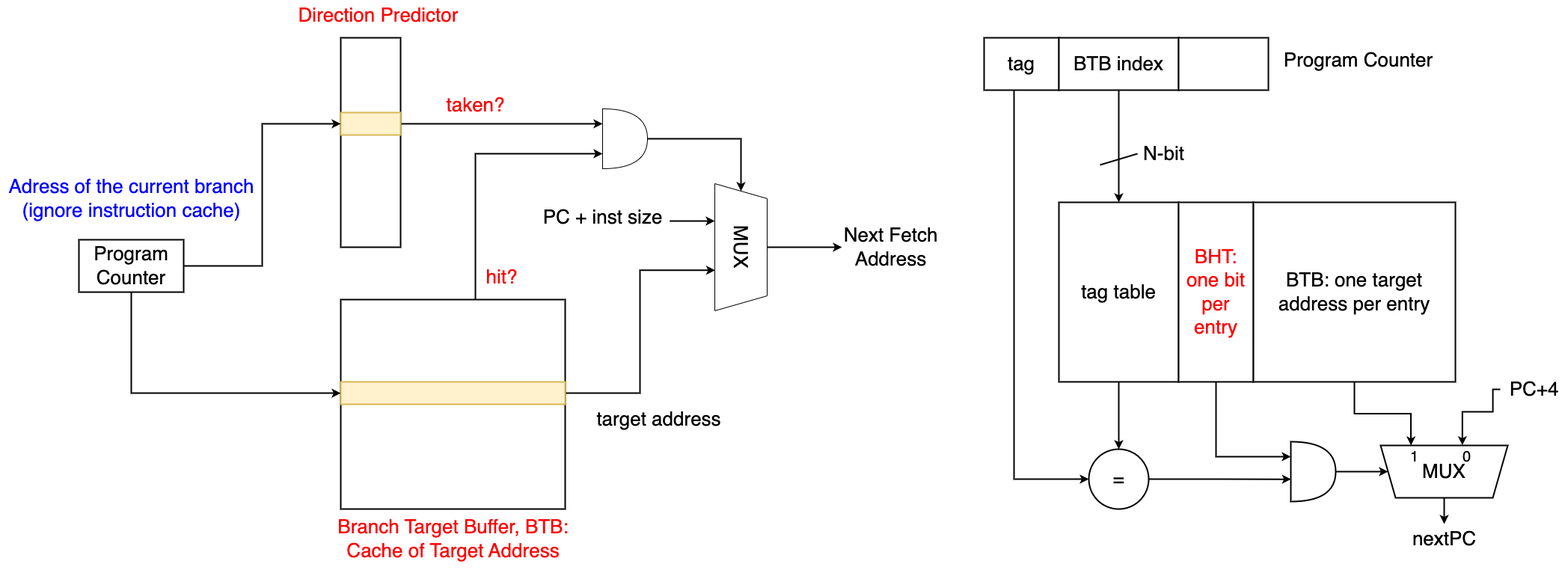
superwjfeng/MarkdownWriting keeps this draw.io diagram as CS/计算机体系结构/计算机体系结构/LastTimePredictor.drawio.png. Above is the earlier version. Source tidied: cells renumbered, new cells last; positions are measured from the earlier drawing's top-left corner, leaving out a move shared by most shapes. Source of this version:
```xml
<mxGraphModel background="#ffffff">
  <root>
    <mxCell id="0" />
    <mxCell id="1" parent="0" />
    <mxCell id="2" style="rounded=0;whiteSpace=wrap;html=1;strokeWidth=2;" parent="1" vertex="1">
      <mxGeometry x="455" y="50" width="80" height="280" as="geometry" />
    </mxCell>
    <mxCell id="3" style="edgeStyle=orthogonalEdgeStyle;rounded=0;jettySize=auto;html=1;entryX=0;entryY=0.25;entryDx=0;entryDy=0;entryPerimeter=0;strokeWidth=2;" parent="1" edge="1" source="4" target="13">
      <mxGeometry relative="1" as="geometry" />
    </mxCell>
    <mxCell id="4" style="rounded=0;whiteSpace=wrap;html=1;fillColor=#fff2cc;strokeColor=#d6b656;strokeWidth=2;" parent="1" vertex="1">
      <mxGeometry x="455" y="150" width="80" height="30" as="geometry" />
    </mxCell>
    <mxCell id="5" style="edgeStyle=orthogonalEdgeStyle;rounded=0;jettySize=auto;html=1;entryX=0;entryY=0.75;entryDx=0;entryDy=0;entryPerimeter=0;strokeWidth=2;" parent="1" edge="1" source="6" target="13">
      <mxGeometry relative="1" as="geometry">
        <Array as="points">
          <mxPoint x="635" y="205" />
        </Array>
      </mxGeometry>
    </mxCell>
    <mxCell id="6" style="rounded=0;whiteSpace=wrap;html=1;strokeWidth=2;" parent="1" vertex="1">
      <mxGeometry x="455" y="400" width="300" height="280" as="geometry" />
    </mxCell>
    <mxCell id="7" style="edgeStyle=orthogonalEdgeStyle;rounded=0;jettySize=auto;html=1;entryX=0.681;entryY=0.993;entryDx=0;entryDy=0;entryPerimeter=0;strokeWidth=2;" parent="1" edge="1" source="8" target="15">
      <mxGeometry relative="1" as="geometry" />
    </mxCell>
    <mxCell id="8" style="rounded=0;whiteSpace=wrap;html=1;fillColor=#fff2cc;strokeColor=#d6b656;strokeWidth=2;" parent="1" vertex="1">
      <mxGeometry x="455" y="510" width="300" height="30" as="geometry" />
    </mxCell>
    <mxCell id="9" style="edgeStyle=orthogonalEdgeStyle;rounded=0;jettySize=auto;html=1;entryX=0;entryY=0.5;entryDx=0;entryDy=0;strokeWidth=2;exitX=1;exitY=0.5;exitDx=0;exitDy=0;" parent="1" edge="1" source="11" target="4">
      <mxGeometry relative="1" as="geometry" />
    </mxCell>
    <mxCell id="10" style="edgeStyle=orthogonalEdgeStyle;rounded=0;jettySize=auto;html=1;strokeWidth=2;" parent="1" edge="1" source="11" target="8">
      <mxGeometry relative="1" as="geometry">
        <Array as="points">
          <mxPoint x="175" y="525" />
        </Array>
      </mxGeometry>
    </mxCell>
    <mxCell id="11" value="&lt;font style=&quot;font-size: 26px;&quot;&gt;Program&lt;br&gt;Counter&lt;/font&gt;" style="rounded=0;whiteSpace=wrap;html=1;strokeWidth=2;" parent="1" vertex="1">
      <mxGeometry x="105" y="320" width="140" height="70" as="geometry" />
    </mxCell>
    <mxCell id="12" style="edgeStyle=orthogonalEdgeStyle;rounded=0;jettySize=auto;html=1;entryX=0;entryY=0.5;entryDx=0;entryDy=0;strokeWidth=2;" parent="1" edge="1" source="13" target="15">
      <mxGeometry relative="1" as="geometry" />
    </mxCell>
    <mxCell id="13" style="shape=or;whiteSpace=wrap;html=1;" parent="1" vertex="1">
      <mxGeometry x="805" y="145" width="60" height="80" as="geometry" />
    </mxCell>
    <mxCell id="14" style="edgeStyle=orthogonalEdgeStyle;rounded=0;jettySize=auto;html=1;strokeWidth=2;" parent="1" edge="1" source="15">
      <mxGeometry relative="1" as="geometry">
        <mxPoint x="1125" y="330" as="targetPoint" />
      </mxGeometry>
    </mxCell>
    <mxCell id="15" value="&lt;font style=&quot;font-size: 26px;&quot;&gt;MUX&lt;/font&gt;" style="shape=trapezoid;perimeter=trapezoidPerimeter;whiteSpace=wrap;html=1;fixedSize=1;rotation=90;" parent="1" vertex="1">
      <mxGeometry x="905" y="295" width="170" height="70" as="geometry" />
    </mxCell>
    <mxCell id="16" style="endArrow=classic;html=1;rounded=0;strokeWidth=2;entryX=0.3;entryY=1;entryDx=0;entryDy=0;entryPerimeter=0;" parent="1" edge="1">
      <mxGeometry relative="1" as="geometry">
        <mxPoint x="895" y="295" as="sourcePoint" />
        <mxPoint x="955" y="295" as="targetPoint" />
      </mxGeometry>
    </mxCell>
    <mxCell id="17" value="&lt;font style=&quot;font-size: 26px;&quot;&gt;PC + inst size&lt;/font&gt;" style="text;html=1;align=center;verticalAlign=middle;strokeColor=none;fillColor=none;" parent="1" vertex="1">
      <mxGeometry x="715" y="270" width="180" height="40" as="geometry" />
    </mxCell>
    <mxCell id="18" value="&lt;font style=&quot;font-size: 26px;&quot;&gt;Next Fetch &lt;br&gt;Address&lt;/font&gt;" style="text;html=1;align=center;verticalAlign=middle;strokeColor=none;fillColor=none;" parent="1" vertex="1">
      <mxGeometry x="1115" y="290" width="150" height="80" as="geometry" />
    </mxCell>
    <mxCell id="19" value="&lt;font color=&quot;#0000ff&quot;&gt;&lt;span style=&quot;font-size: 26px;&quot;&gt;Adress of the current branch&lt;br&gt;(ignore instruction cache)&lt;/span&gt;&lt;/font&gt;" style="text;html=1;align=center;verticalAlign=middle;strokeColor=none;fillColor=none;" parent="1" vertex="1">
      <mxGeometry y="225" width="350" height="80" as="geometry" />
    </mxCell>
    <mxCell id="20" value="&lt;font color=&quot;#ff0000&quot; style=&quot;font-size: 26px;&quot;&gt;taken?&lt;/font&gt;" style="text;html=1;align=center;verticalAlign=middle;strokeColor=none;fillColor=none;" parent="1" vertex="1">
      <mxGeometry x="585" y="120" width="100" height="40" as="geometry" />
    </mxCell>
    <mxCell id="21" value="&lt;font color=&quot;#ff0000&quot; style=&quot;font-size: 26px;&quot;&gt;hit?&lt;/font&gt;" style="text;html=1;align=center;verticalAlign=middle;strokeColor=none;fillColor=none;" parent="1" vertex="1">
      <mxGeometry x="635" y="350" width="70" height="40" as="geometry" />
    </mxCell>
    <mxCell id="22" value="&lt;font style=&quot;font-size: 26px;&quot;&gt;target address&lt;/font&gt;" style="text;html=1;align=center;verticalAlign=middle;strokeColor=none;fillColor=none;" parent="1" vertex="1">
      <mxGeometry x="785" y="540" width="190" height="40" as="geometry" />
    </mxCell>
    <mxCell id="23" value="&lt;font color=&quot;#ff0000&quot; style=&quot;font-size: 26px;&quot;&gt;Direction Predictor&lt;/font&gt;" style="text;html=1;align=center;verticalAlign=middle;strokeColor=none;fillColor=none;" parent="1" vertex="1">
      <mxGeometry x="385" width="240" height="40" as="geometry" />
    </mxCell>
    <mxCell id="24" value="&lt;font color=&quot;#ff0000&quot; style=&quot;font-size: 26px;&quot;&gt;&lt;font style=&quot;font-size: 26px;&quot;&gt;Branch Target Buffer, BTB:&lt;br&gt;&lt;/font&gt;Cache of Target Address&lt;/font&gt;&lt;font color=&quot;#ff0000&quot; style=&quot;font-size: 26px;&quot;&gt;&lt;br&gt;&lt;/font&gt;" style="text;html=1;align=center;verticalAlign=middle;strokeColor=none;fillColor=none;" parent="1" vertex="1">
      <mxGeometry x="440" y="680" width="330" height="80" as="geometry" />
    </mxCell>
    <mxCell id="25" style="edgeStyle=orthogonalEdgeStyle;rounded=0;jettySize=auto;html=1;entryX=0;entryY=0.5;entryDx=0;entryDy=0;strokeWidth=2;" parent="1" edge="1" source="26" target="38">
      <mxGeometry relative="1" as="geometry">
        <Array as="points">
          <mxPoint x="1355" y="640" />
        </Array>
      </mxGeometry>
    </mxCell>
    <mxCell id="26" value="&lt;span style=&quot;font-size: 26px;&quot;&gt;tag&lt;/span&gt;" style="rounded=0;whiteSpace=wrap;html=1;strokeWidth=2;" parent="1" vertex="1">
      <mxGeometry x="1315" y="50" width="100" height="70" as="geometry" />
    </mxCell>
    <mxCell id="27" value="&lt;font style=&quot;font-size: 26px;&quot;&gt;Program Counter&lt;/font&gt;" style="text;html=1;align=center;verticalAlign=middle;strokeColor=none;fillColor=none;" parent="1" vertex="1">
      <mxGeometry x="1705" y="60" width="220" height="40" as="geometry" />
    </mxCell>
    <mxCell id="28" style="edgeStyle=orthogonalEdgeStyle;rounded=0;jettySize=auto;html=1;strokeWidth=2;" parent="1" edge="1" source="29" target="32">
      <mxGeometry relative="1" as="geometry" />
    </mxCell>
    <mxCell id="29" value="&lt;span style=&quot;font-size: 26px;&quot;&gt;BTB index&lt;/span&gt;" style="rounded=0;whiteSpace=wrap;html=1;strokeWidth=2;" parent="1" vertex="1">
      <mxGeometry x="1415" y="50" width="160" height="70" as="geometry" />
    </mxCell>
    <mxCell id="30" style="rounded=0;whiteSpace=wrap;html=1;strokeWidth=2;" parent="1" vertex="1">
      <mxGeometry x="1575" y="50" width="120" height="70" as="geometry" />
    </mxCell>
    <mxCell id="31" style="edgeStyle=orthogonalEdgeStyle;rounded=0;jettySize=auto;html=1;strokeWidth=2;" parent="1" edge="1" source="32" target="38">
      <mxGeometry relative="1" as="geometry" />
    </mxCell>
    <mxCell id="32" value="&lt;span style=&quot;font-size: 26px;&quot;&gt;tag table&lt;/span&gt;" style="rounded=0;whiteSpace=wrap;html=1;strokeWidth=2;" parent="1" vertex="1">
      <mxGeometry x="1415" y="270" width="160" height="240" as="geometry" />
    </mxCell>
    <mxCell id="33" style="edgeStyle=orthogonalEdgeStyle;rounded=0;jettySize=auto;html=1;entryX=0;entryY=0.25;entryDx=0;entryDy=0;entryPerimeter=0;strokeWidth=2;" parent="1" edge="1" source="34" target="42">
      <mxGeometry relative="1" as="geometry">
        <Array as="points">
          <mxPoint x="1625" y="610" />
        </Array>
      </mxGeometry>
    </mxCell>
    <mxCell id="34" value="&lt;span style=&quot;font-size: 26px;&quot;&gt;&lt;font color=&quot;#ff0000&quot;&gt;BHT: one bit per entry&lt;/font&gt;&lt;/span&gt;" style="rounded=0;whiteSpace=wrap;html=1;strokeWidth=2;" parent="1" vertex="1">
      <mxGeometry x="1575" y="270" width="100" height="240" as="geometry" />
    </mxCell>
    <mxCell id="35" style="edgeStyle=orthogonalEdgeStyle;rounded=0;jettySize=auto;html=1;entryX=0.239;entryY=1;entryDx=0;entryDy=0;entryPerimeter=0;strokeWidth=2;" parent="1" edge="1" source="36" target="44">
      <mxGeometry relative="1" as="geometry" />
    </mxCell>
    <mxCell id="36" value="&lt;span style=&quot;font-size: 26px;&quot;&gt;BTB: one target address per entry&lt;/span&gt;" style="rounded=0;whiteSpace=wrap;html=1;strokeWidth=2;" parent="1" vertex="1">
      <mxGeometry x="1675" y="270" width="270" height="240" as="geometry" />
    </mxCell>
    <mxCell id="37" style="edgeStyle=orthogonalEdgeStyle;rounded=0;jettySize=auto;html=1;entryX=0.005;entryY=0.627;entryDx=0;entryDy=0;entryPerimeter=0;strokeWidth=2;" parent="1" edge="1" source="38" target="42">
      <mxGeometry relative="1" as="geometry" />
    </mxCell>
    <mxCell id="38" value="&lt;font style=&quot;font-size: 26px;&quot;&gt;=&lt;/font&gt;" style="ellipse;whiteSpace=wrap;html=1;strokeWidth=2;" parent="1" vertex="1">
      <mxGeometry x="1455" y="600" width="80" height="80" as="geometry" />
    </mxCell>
    <mxCell id="39" value="&lt;font style=&quot;font-size: 26px;&quot;&gt;N-bit&lt;/font&gt;" style="text;html=1;align=center;verticalAlign=middle;strokeColor=none;fillColor=none;" parent="1" vertex="1">
      <mxGeometry x="1515" y="185" width="80" height="40" as="geometry" />
    </mxCell>
    <mxCell id="40" style="endArrow=none;html=1;rounded=0;strokeWidth=2;" parent="1" edge="1">
      <mxGeometry relative="1" as="geometry">
        <mxPoint x="1470" y="220" as="sourcePoint" />
        <mxPoint x="1520" y="205" as="targetPoint" />
      </mxGeometry>
    </mxCell>
    <mxCell id="41" style="edgeStyle=orthogonalEdgeStyle;rounded=0;jettySize=auto;html=1;strokeWidth=2;" parent="1" edge="1" source="42" target="44">
      <mxGeometry relative="1" as="geometry" />
    </mxCell>
    <mxCell id="42" style="shape=or;whiteSpace=wrap;html=1;strokeWidth=2;" parent="1" vertex="1">
      <mxGeometry x="1725" y="590" width="60" height="80" as="geometry" />
    </mxCell>
    <mxCell id="43" style="edgeStyle=orthogonalEdgeStyle;rounded=0;jettySize=auto;html=1;strokeWidth=2;" parent="1" edge="1" source="44" target="49">
      <mxGeometry relative="1" as="geometry" />
    </mxCell>
    <mxCell id="44" value="&lt;font style=&quot;font-size: 26px;&quot;&gt;MUX&lt;/font&gt;" style="shape=trapezoid;perimeter=trapezoidPerimeter;whiteSpace=wrap;html=1;fixedSize=1;rotation=0;flipV=1;strokeWidth=2;" parent="1" vertex="1">
      <mxGeometry x="1845" y="595" width="170" height="70" as="geometry" />
    </mxCell>
    <mxCell id="45" value="&lt;font style=&quot;font-size: 20px;&quot;&gt;1&lt;/font&gt;" style="text;html=1;align=center;verticalAlign=middle;strokeColor=none;fillColor=none;" parent="1" vertex="1">
      <mxGeometry x="1875" y="590" width="30" height="40" as="geometry" />
    </mxCell>
    <mxCell id="46" value="&lt;font style=&quot;font-size: 20px;&quot;&gt;0&lt;/font&gt;" style="text;html=1;align=center;verticalAlign=middle;strokeColor=none;fillColor=none;" parent="1" vertex="1">
      <mxGeometry x="1945" y="590" width="30" height="40" as="geometry" />
    </mxCell>
    <mxCell id="47" style="edgeStyle=orthogonalEdgeStyle;rounded=0;jettySize=auto;html=1;entryX=0.643;entryY=1.004;entryDx=0;entryDy=0;entryPerimeter=0;strokeWidth=2;" parent="1" edge="1" source="48" target="44">
      <mxGeometry relative="1" as="geometry">
        <Array as="points">
          <mxPoint x="1995" y="520" />
          <mxPoint x="1995" y="550" />
          <mxPoint x="1954" y="550" />
        </Array>
      </mxGeometry>
    </mxCell>
    <mxCell id="48" value="&lt;font style=&quot;font-size: 26px;&quot;&gt;PC+4&lt;/font&gt;" style="text;html=1;align=center;verticalAlign=middle;points=[];strokeColor=none;fillColor=none;" parent="1" vertex="1">
      <mxGeometry x="2005" y="500" width="90" height="40" as="geometry" />
    </mxCell>
    <mxCell id="49" value="&lt;font style=&quot;font-size: 26px;&quot;&gt;nextPC&lt;/font&gt;" style="text;html=1;align=center;verticalAlign=middle;points=[];strokeColor=none;fillColor=none;" parent="1" vertex="1">
      <mxGeometry x="1875" y="700" width="110" height="40" as="geometry" />
    </mxCell>
  </root>
</mxGraphModel>
```
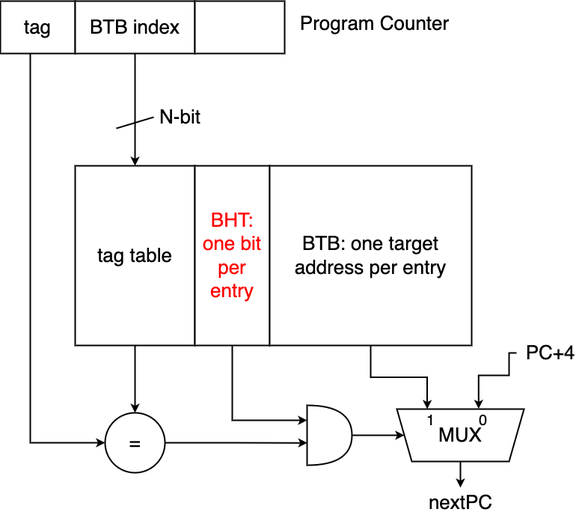
Later version of the same file.

Change to the diagram source:
```diff
@@ -2,88 +2,6 @@
   <root>
     <mxCell id="0" />
     <mxCell id="1" parent="0" />
-    <mxCell id="2" style="rounded=0;whiteSpace=wrap;html=1;strokeWidth=2;" parent="1" vertex="1">
-      <mxGeometry x="455" y="50" width="80" height="280" as="geometry" />
-    </mxCell>
-    <mxCell id="3" style="edgeStyle=orthogonalEdgeStyle;rounded=0;jettySize=auto;html=1;entryX=0;entryY=0.25;entryDx=0;entryDy=0;entryPerimeter=0;strokeWidth=2;" parent="1" edge="1" source="4" target="13">
-      <mxGeometry relative="1" as="geometry" />
-    </mxCell>
-    <mxCell id="4" style="rounded=0;whiteSpace=wrap;html=1;fillColor=#fff2cc;strokeColor=#d6b656;strokeWidth=2;" parent="1" vertex="1">
-      <mxGeometry x="455" y="150" width="80" height="30" as="geometry" />
-    </mxCell>
-    <mxCell id="5" style="edgeStyle=orthogonalEdgeStyle;rounded=0;jettySize=auto;html=1;entryX=0;entryY=0.75;entryDx=0;entryDy=0;entryPerimeter=0;strokeWidth=2;" parent="1" edge="1" source="6" target="13">
-      <mxGeometry relative="1" as="geometry">
-        <Array as="points">
-          <mxPoint x="635" y="205" />
-        </Array>
-      </mxGeometry>
-    </mxCell>
-    <mxCell id="6" style="rounded=0;whiteSpace=wrap;html=1;strokeWidth=2;" parent="1" vertex="1">
-      <mxGeometry x="455" y="400" width="300" height="280" as="geometry" />
-    </mxCell>
-    <mxCell id="7" style="edgeStyle=orthogonalEdgeStyle;rounded=0;jettySize=auto;html=1;entryX=0.681;entryY=0.993;entryDx=0;entryDy=0;entryPerimeter=0;strokeWidth=2;" parent="1" edge="1" source="8" target="15">
-      <mxGeometry relative="1" as="geometry" />
-    </mxCell>
-    <mxCell id="8" style="rounded=0;whiteSpace=wrap;html=1;fillColor=#fff2cc;strokeColor=#d6b656;strokeWidth=2;" parent="1" vertex="1">
-      <mxGeometry x="455" y="510" width="300" height="30" as="geometry" />
-    </mxCell>
-    <mxCell id="9" style="edgeStyle=orthogonalEdgeStyle;rounded=0;jettySize=auto;html=1;entryX=0;entryY=0.5;entryDx=0;entryDy=0;strokeWidth=2;exitX=1;exitY=0.5;exitDx=0;exitDy=0;" parent="1" edge="1" source="11" target="4">
-      <mxGeometry relative="1" as="geometry" />
-    </mxCell>
-    <mxCell id="10" style="edgeStyle=orthogonalEdgeStyle;rounded=0;jettySize=auto;html=1;strokeWidth=2;" parent="1" edge="1" source="11" target="8">
-      <mxGeometry relative="1" as="geometry">
-        <Array as="points">
-          <mxPoint x="175" y="525" />
-        </Array>
-      </mxGeometry>
-    </mxCell>
-    <mxCell id="11" value="&lt;font style=&quot;font-size: 26px;&quot;&gt;Program&lt;br&gt;Counter&lt;/font&gt;" style="rounded=0;whiteSpace=wrap;html=1;strokeWidth=2;" parent="1" vertex="1">
-      <mxGeometry x="105" y="320" width="140" height="70" as="geometry" />
-    </mxCell>
-    <mxCell id="12" style="edgeStyle=orthogonalEdgeStyle;rounded=0;jettySize=auto;html=1;entryX=0;entryY=0.5;entryDx=0;entryDy=0;strokeWidth=2;" parent="1" edge="1" source="13" target="15">
-      <mxGeometry relative="1" as="geometry" />
-    </mxCell>
-    <mxCell id="13" style="shape=or;whiteSpace=wrap;html=1;" parent="1" vertex="1">
-      <mxGeometry x="805" y="145" width="60" height="80" as="geometry" />
-    </mxCell>
-    <mxCell id="14" style="edgeStyle=orthogonalEdgeStyle;rounded=0;jettySize=auto;html=1;strokeWidth=2;" parent="1" edge="1" source="15">
-      <mxGeometry relative="1" as="geometry">
-        <mxPoint x="1125" y="330" as="targetPoint" />
-      </mxGeometry>
-    </mxCell>
-    <mxCell id="15" value="&lt;font style=&quot;font-size: 26px;&quot;&gt;MUX&lt;/font&gt;" style="shape=trapezoid;perimeter=trapezoidPerimeter;whiteSpace=wrap;html=1;fixedSize=1;rotation=90;" parent="1" vertex="1">
-      <mxGeometry x="905" y="295" width="170" height="70" as="geometry" />
-    </mxCell>
-    <mxCell id="16" style="endArrow=classic;html=1;rounded=0;strokeWidth=2;entryX=0.3;entryY=1;entryDx=0;entryDy=0;entryPerimeter=0;" parent="1" edge="1">
-      <mxGeometry relative="1" as="geometry">
-        <mxPoint x="895" y="295" as="sourcePoint" />
-        <mxPoint x="955" y="295" as="targetPoint" />
-      </mxGeometry>
-    </mxCell>
-    <mxCell id="17" value="&lt;font style=&quot;font-size: 26px;&quot;&gt;PC + inst size&lt;/font&gt;" style="text;html=1;align=center;verticalAlign=middle;strokeColor=none;fillColor=none;" parent="1" vertex="1">
-      <mxGeometry x="715" y="270" width="180" height="40" as="geometry" />
-    </mxCell>
-    <mxCell id="18" value="&lt;font style=&quot;font-size: 26px;&quot;&gt;Next Fetch &lt;br&gt;Address&lt;/font&gt;" style="text;html=1;align=center;verticalAlign=middle;strokeColor=none;fillColor=none;" parent="1" vertex="1">
-      <mxGeometry x="1115" y="290" width="150" height="80" as="geometry" />
-    </mxCell>
-    <mxCell id="19" value="&lt;font color=&quot;#0000ff&quot;&gt;&lt;span style=&quot;font-size: 26px;&quot;&gt;Adress of the current branch&lt;br&gt;(ignore instruction cache)&lt;/span&gt;&lt;/font&gt;" style="text;html=1;align=center;verticalAlign=middle;strokeColor=none;fillColor=none;" parent="1" vertex="1">
-      <mxGeometry y="225" width="350" height="80" as="geometry" />
-    </mxCell>
-    <mxCell id="20" value="&lt;font color=&quot;#ff0000&quot; style=&quot;font-size: 26px;&quot;&gt;taken?&lt;/font&gt;" style="text;html=1;align=center;verticalAlign=middle;strokeColor=none;fillColor=none;" parent="1" vertex="1">
-      <mxGeometry x="585" y="120" width="100" height="40" as="geometry" />
-    </mxCell>
-    <mxCell id="21" value="&lt;font color=&quot;#ff0000&quot; style=&quot;font-size: 26px;&quot;&gt;hit?&lt;/font&gt;" style="text;html=1;align=center;verticalAlign=middle;strokeColor=none;fillColor=none;" parent="1" vertex="1">
-      <mxGeometry x="635" y="350" width="70" height="40" as="geometry" />
-    </mxCell>
-    <mxCell id="22" value="&lt;font style=&quot;font-size: 26px;&quot;&gt;target address&lt;/font&gt;" style="text;html=1;align=center;verticalAlign=middle;strokeColor=none;fillColor=none;" parent="1" vertex="1">
-      <mxGeometry x="785" y="540" width="190" height="40" as="geometry" />
-    </mxCell>
-    <mxCell id="23" value="&lt;font color=&quot;#ff0000&quot; style=&quot;font-size: 26px;&quot;&gt;Direction Predictor&lt;/font&gt;" style="text;html=1;align=center;verticalAlign=middle;strokeColor=none;fillColor=none;" parent="1" vertex="1">
-      <mxGeometry x="385" width="240" height="40" as="geometry" />
-    </mxCell>
-    <mxCell id="24" value="&lt;font color=&quot;#ff0000&quot; style=&quot;font-size: 26px;&quot;&gt;&lt;font style=&quot;font-size: 26px;&quot;&gt;Branch Target Buffer, BTB:&lt;br&gt;&lt;/font&gt;Cache of Target Address&lt;/font&gt;&lt;font color=&quot;#ff0000&quot; style=&quot;font-size: 26px;&quot;&gt;&lt;br&gt;&lt;/font&gt;" style="text;html=1;align=center;verticalAlign=middle;strokeColor=none;fillColor=none;" parent="1" vertex="1">
-      <mxGeometry x="440" y="680" width="330" height="80" as="geometry" />
-    </mxCell>
     <mxCell id="25" style="edgeStyle=orthogonalEdgeStyle;rounded=0;jettySize=auto;html=1;entryX=0;entryY=0.5;entryDx=0;entryDy=0;strokeWidth=2;" parent="1" edge="1" source="26" target="38">
       <mxGeometry relative="1" as="geometry">
         <Array as="points">
```
